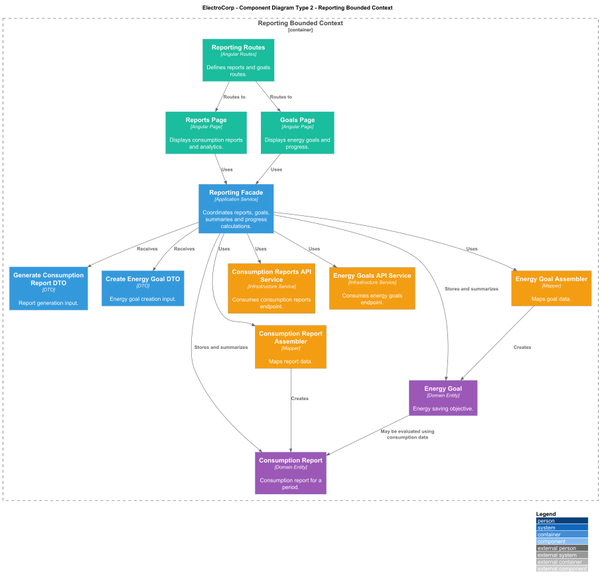
Earlier version of the PlantUML export assets/frontend-reporting-components.png (upc-pre-202610-1asi0729-11896-ECorp/Electrocorp-report). Source of this version:
```plantuml
@startuml ElectroCorp_Type2_Reporting_Components
!includeurl https://raw.githubusercontent.com/plantuml-stdlib/C4-PlantUML/master/C4_Component.puml

title ElectroCorp - Component Diagram Type 2 - Reporting Bounded Context

LAYOUT_WITH_LEGEND()

AddComponentTag("presentation", $bgColor="#1ABC9C", $fontColor="#FFFFFF")
AddComponentTag("application", $bgColor="#3498DB", $fontColor="#FFFFFF")
AddComponentTag("domain", $bgColor="#9B59B6", $fontColor="#FFFFFF")
AddComponentTag("infrastructure", $bgColor="#F39C12", $fontColor="#FFFFFF")

Container_Boundary(reporting, "Reporting Bounded Context") {
  Component(routes, "Reporting Routes", "Angular Routes", "Defines reports and goals routes.", $tags="presentation")
  Component(reportsPage, "Reports Page", "Angular Page", "Displays consumption reports and analytics.", $tags="presentation")
  Component(goalsPage, "Goals Page", "Angular Page", "Displays energy goals and progress.", $tags="presentation")

  Component(facade, "Reporting Facade", "Application Service", "Coordinates reports, goals, summaries and progress calculations.", $tags="application")
  Component(generateReportDto, "Generate Consumption Report DTO", "DTO", "Report generation input.", $tags="application")
  Component(createGoalDto, "Create Energy Goal DTO", "DTO", "Energy goal creation input.", $tags="application")

  Component(report, "Consumption Report", "Domain Entity", "Consumption report for a period.", $tags="domain")
  Component(goal, "Energy Goal", "Domain Entity", "Energy saving objective.", $tags="domain")

  Component(reportsApi, "Consumption Reports API Service", "Infrastructure Service", "Consumes consumption reports endpoint.", $tags="infrastructure")
  Component(goalsApi, "Energy Goals API Service", "Infrastructure Service", "Consumes energy goals endpoint.", $tags="infrastructure")
  Component(reportAssembler, "Consumption Report Assembler", "Mapper", "Maps report data.", $tags="infrastructure")
  Component(goalAssembler, "Energy Goal Assembler", "Mapper", "Maps goal data.", $tags="infrastructure")
}

Rel(routes, reportsPage, "Routes to")
Rel(routes, goalsPage, "Routes to")
Rel(reportsPage, facade, "Uses")
Rel(goalsPage, facade, "Uses")

Rel(facade, generateReportDto, "Receives")
Rel(facade, createGoalDto, "Receives")
Rel(facade, reportsApi, "Uses")
Rel(facade, goalsApi, "Uses")
Rel(facade, reportAssembler, "Uses")
Rel(facade, goalAssembler, "Uses")
Rel(facade, report, "Stores and summarizes")
Rel(facade, goal, "Stores and summarizes")

Rel(reportAssembler, report, "Creates")
Rel(goalAssembler, goal, "Creates")
Rel(goal, report, "May be evaluated using consumption data")

@enduml
```
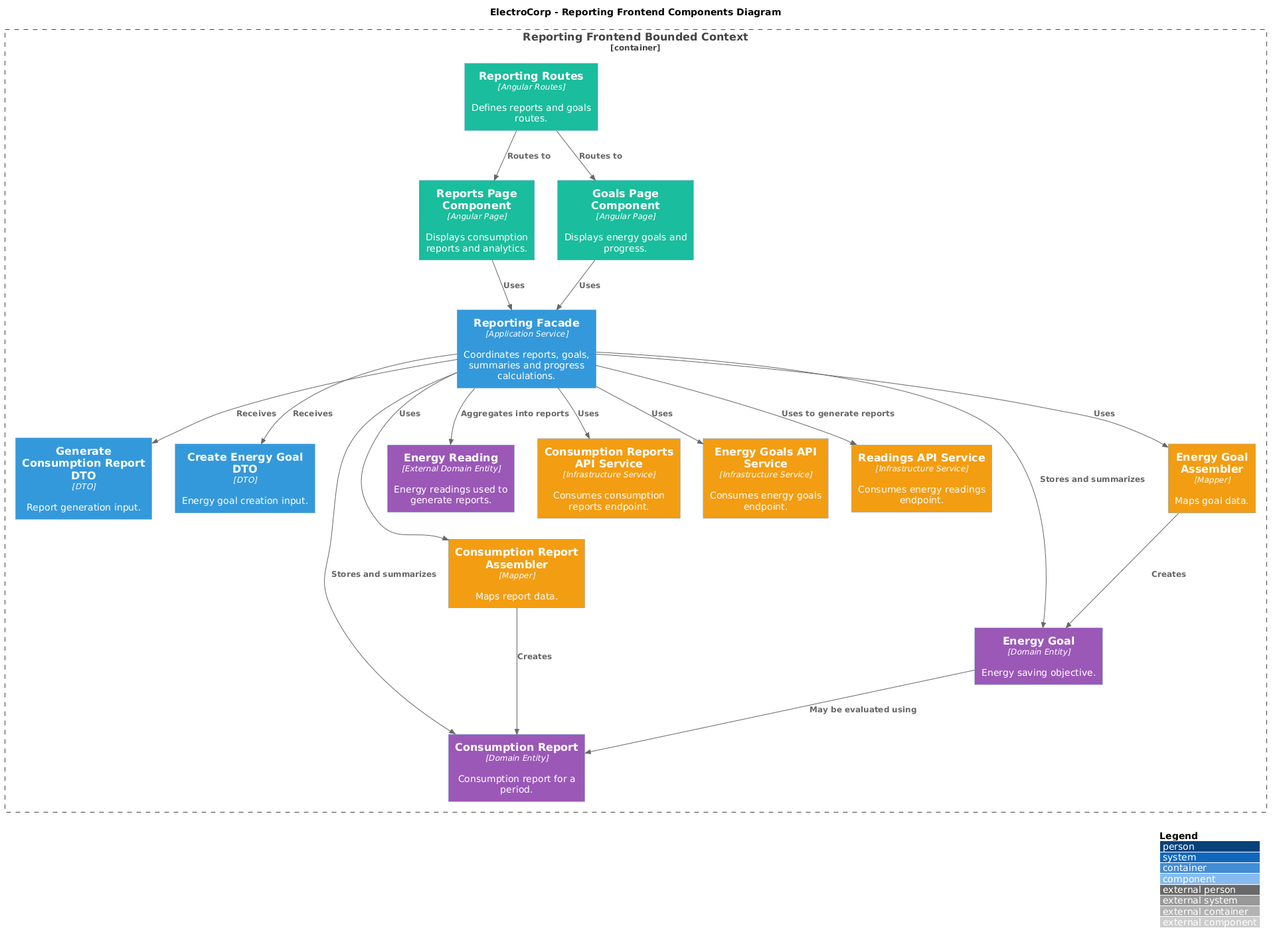
The same file after the commit.

Diff of the diagram source:
```diff
@@ -1,7 +1,7 @@
-@startuml ElectroCorp_Type2_Reporting_Components
+@startuml
 !includeurl https://raw.githubusercontent.com/plantuml-stdlib/C4-PlantUML/master/C4_Component.puml
 
-title ElectroCorp - Component Diagram Type 2 - Reporting Bounded Context
+title ElectroCorp - Reporting Frontend Components Diagram
 
 LAYOUT_WITH_LEGEND()
 
@@ -10,10 +10,10 @@
 AddComponentTag("domain", $bgColor="#9B59B6", $fontColor="#FFFFFF")
 AddComponentTag("infrastructure", $bgColor="#F39C12", $fontColor="#FFFFFF")
 
-Container_Boundary(reporting, "Reporting Bounded Context") {
+Container_Boundary(reporting, "Reporting Frontend Bounded Context") {
   Component(routes, "Reporting Routes", "Angular Routes", "Defines reports and goals routes.", $tags="presentation")
-  Component(reportsPage, "Reports Page", "Angular Page", "Displays consumption reports and analytics.", $tags="presentation")
-  Component(goalsPage, "Goals Page", "Angular Page", "Displays energy goals and progress.", $tags="presentation")
+  Component(reportsPage, "Reports Page Component", "Angular Page", "Displays consumption reports and analytics.", $tags="presentation")
+  Component(goalsPage, "Goals Page Component", "Angular Page", "Displays energy goals and progress.", $tags="presentation")
 
   Component(facade, "Reporting Facade", "Application Service", "Coordinates reports, goals, summaries and progress calculations.", $tags="application")
   Component(generateReportDto, "Generate Consumption Report DTO", "DTO", "Report generation input.", $tags="application")
@@ -21,9 +21,11 @@
 
   Component(report, "Consumption Report", "Domain Entity", "Consumption report for a period.", $tags="domain")
   Component(goal, "Energy Goal", "Domain Entity", "Energy saving objective.", $tags="domain")
+  Component(reading, "Energy Reading", "External Domain Entity", "Energy readings used to generate reports.", $tags="domain")
 
   Component(reportsApi, "Consumption Reports API Service", "Infrastructure Service", "Consumes consumption reports endpoint.", $tags="infrastructure")
   Component(goalsApi, "Energy Goals API Service", "Infrastructure Service", "Consumes energy goals endpoint.", $tags="infrastructure")
+  Component(readingsApi, "Readings API Service", "Infrastructure Service", "Consumes energy readings endpoint.", $tags="infrastructure")
   Component(reportAssembler, "Consumption Report Assembler", "Mapper", "Maps report data.", $tags="infrastructure")
   Component(goalAssembler, "Energy Goal Assembler", "Mapper", "Maps goal data.", $tags="infrastructure")
 }
@@ -32,18 +34,17 @@
 Rel(routes, goalsPage, "Routes to")
 Rel(reportsPage, facade, "Uses")
 Rel(goalsPage, facade, "Uses")
-
 Rel(facade, generateReportDto, "Receives")
 Rel(facade, createGoalDto, "Receives")
 Rel(facade, reportsApi, "Uses")
 Rel(facade, goalsApi, "Uses")
+Rel(facade, readingsApi, "Uses to generate reports")
 Rel(facade, reportAssembler, "Uses")
 Rel(facade, goalAssembler, "Uses")
 Rel(facade, report, "Stores and summarizes")
 Rel(facade, goal, "Stores and summarizes")
-
+Rel(facade, reading, "Aggregates into reports")
 Rel(reportAssembler, report, "Creates")
 Rel(goalAssembler, goal, "Creates")
-Rel(goal, report, "May be evaluated using consumption data")
-
+Rel(goal, report, "May be evaluated using")
 @enduml
```
